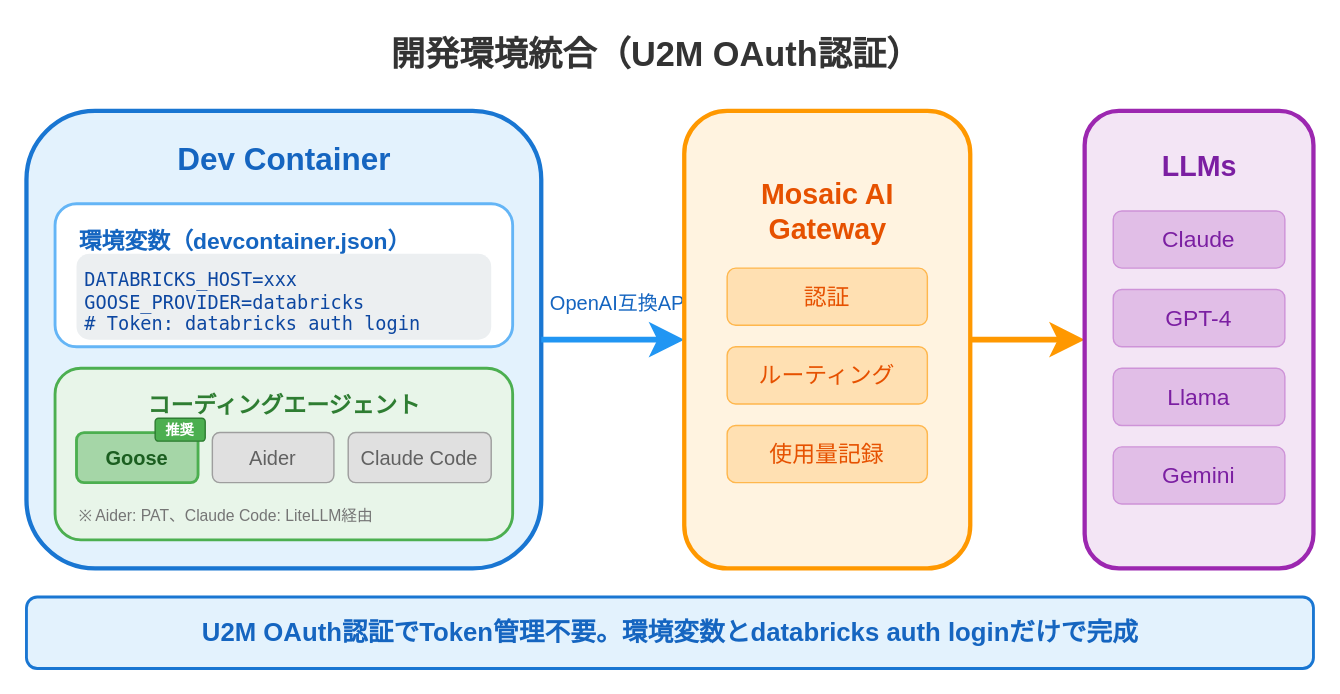
Before: assets/2026-01-27-jedai-ai-gateway/dev-environment.drawio in i9wa4/i9wa4.github.io, a draw.io diagram. Source tidied: cells renumbered, new cells numbered last; positions are measured from the earlier drawing's top-left corner, leaving out a move shared by most shapes. Both pictures are drawn from the tidied source at 143%, with x=0, y=0 at pixel (26, 24).
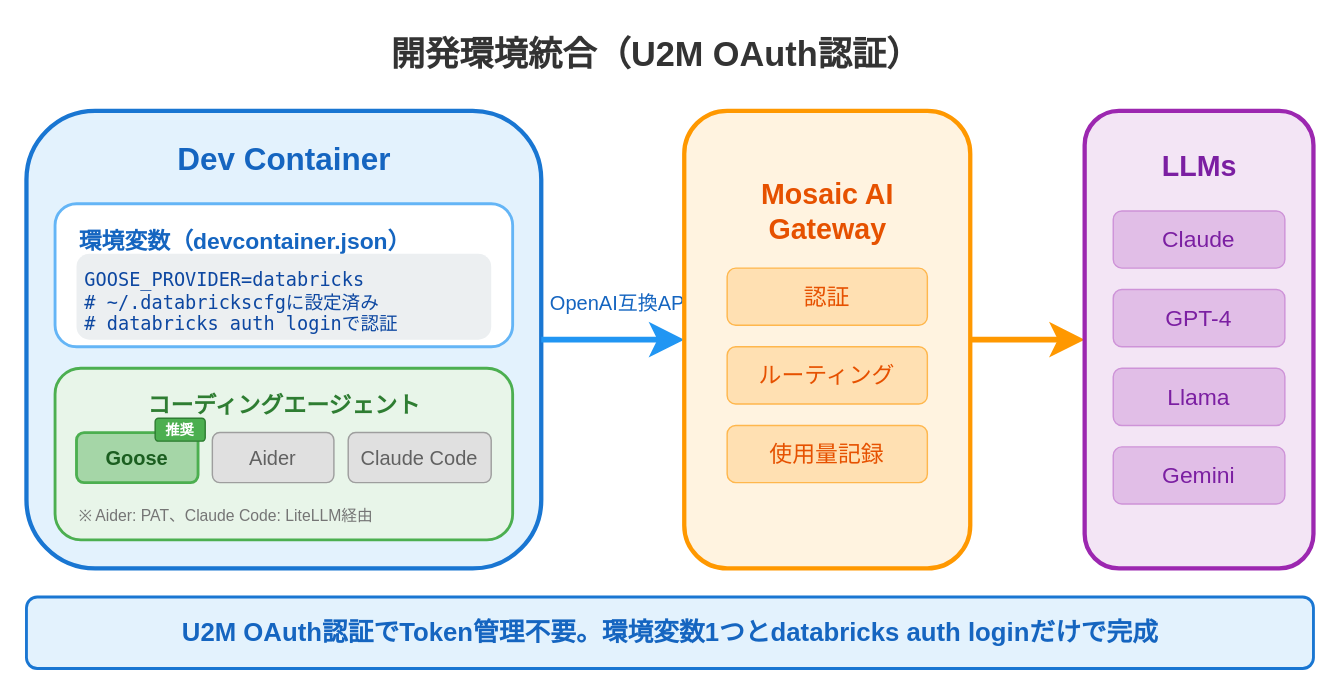
After the change.

Commit message (it also covers changes not shown here):
fix(slides): dev-environment図のenv-codeを修正

- DATABRICKS_HOST環境変数を削除（~/.databrickscfgに設定済み）
- point-text: 環境変数1つと明記

Change to the diagram source:
```diff
@@
-    <mxCell id="7" value="DATABRICKS_HOST=xxx&lt;br&gt;GOOSE_PROVIDER=databricks&lt;br&gt;# Token: databricks auth login" style="text;html=1;fontSize=13;fontFamily=monospace;fontColor=#0D47A1;align=left;fillColor=#ECEFF1;rounded=1;spacing=6;" parent="1" vertex="1">
+    <mxCell id="7" value="GOOSE_PROVIDER=databricks&lt;br&gt;# ~/.databrickscfgに設定済み&lt;br&gt;# databricks auth loginで認証" style="text;html=1;fontSize=13;fontFamily=monospace;fontColor=#0D47A1;align=left;fillColor=#ECEFF1;rounded=1;spacing=6;" parent="1" vertex="1">
       <mxGeometry x="35" y="160" width="290" height="60" as="geometry" />
     </mxCell>
@@
-    <mxCell id="30" value="U2M OAuth認証でToken管理不要。環境変数とdatabricks auth loginだけで完成" style="text;html=1;fontSize=18;fontFamily=Noto Sans JP;fontStyle=1;fontColor=#1565C0;align=center;verticalAlign=middle;" parent="1" vertex="1">
+    <mxCell id="30" value="U2M OAuth認証でToken管理不要。環境変数1つとdatabricks auth loginだけで完成" style="text;html=1;fontSize=18;fontFamily=Noto Sans JP;fontStyle=1;fontColor=#1565C0;align=center;verticalAlign=middle;" parent="1" vertex="1">
       <mxGeometry y="410" width="900" height="30" as="geometry" />
     </mxCell>
```
